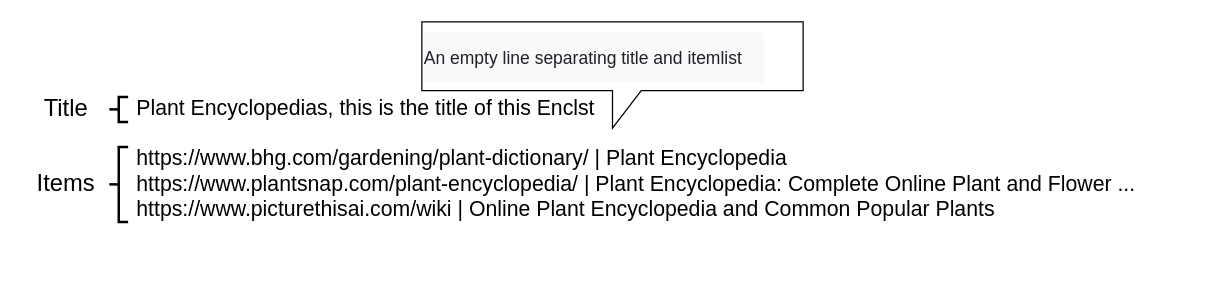
Before: draw.io/overallView/overallview.drawio in UedaTakeyuki/EncLst, a draw.io diagram. Source tidied: cells renumbered, new cells numbered last; positions are measured from the earlier drawing's top-left corner, leaving out a move shared by most shapes. Both pictures are drawn from the tidied source at 125%, with x=0, y=0 at pixel (21, 21).
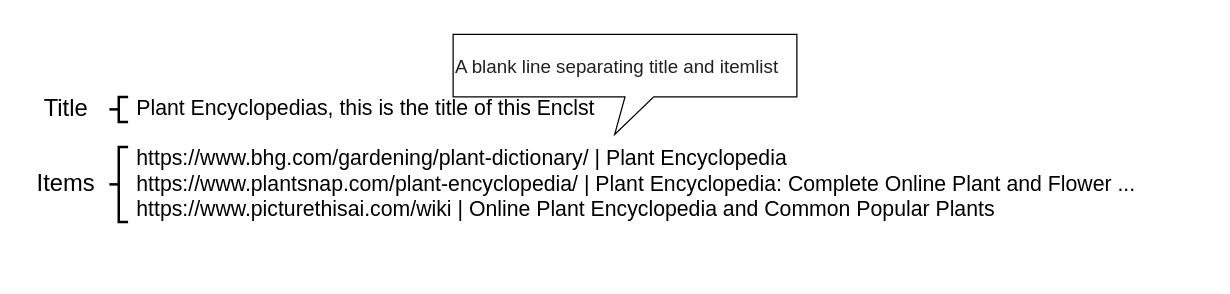
After the change.

The edit, as a diff of the source:
```diff
@@
 <mxGraphModel>
   <root>
     <mxCell id="0" />
     <mxCell id="1" parent="0" />
     <mxCell id="2" value="&lt;div style=&quot;font-size: 17px;&quot;&gt;Plant Encyclopedias, this is the title of this Enclst&lt;/div&gt;&lt;div style=&quot;font-size: 17px;&quot;&gt;&lt;br style=&quot;font-size: 17px;&quot;&gt;&lt;/div&gt;&lt;div style=&quot;font-size: 17px;&quot;&gt;https://www.bhg.com/gardening/plant-dictionary/ | Plant Encyclopedia&lt;/div&gt;&lt;div style=&quot;font-size: 17px;&quot;&gt;https://www.plantsnap.com/plant-encyclopedia/ | Plant Encyclopedia: Complete Online Plant and Flower ...&lt;/div&gt;&lt;div style=&quot;font-size: 17px;&quot;&gt;https://www.picturethisai.com/wiki | Online Plant Encyclopedia and Common Popular Plants&lt;/div&gt;" style="text;strokeColor=none;align=left;fillColor=none;html=1;verticalAlign=middle;whiteSpace=wrap;rounded=0;fontSize=17;" parent="1" vertex="1">
       <mxGeometry x="90" y="20" width="860" height="180" as="geometry" />
     </mxCell>
     <mxCell id="3" style="strokeWidth=2;html=1;shape=mxgraph.flowchart.annotation_2;align=left;labelPosition=right;" parent="1" vertex="1">
       <mxGeometry x="70" y="100" width="15" height="60" as="geometry" />
     </mxCell>
     <mxCell id="4" value="&lt;font style=&quot;font-size: 19px;&quot;&gt;Items&lt;/font&gt;" style="text;html=1;align=center;verticalAlign=middle;strokeColor=none;fillColor=none;" parent="1" vertex="1">
       <mxGeometry y="110" width="70" height="40" as="geometry" />
     </mxCell>
     <mxCell id="5" style="strokeWidth=2;html=1;shape=mxgraph.flowchart.annotation_2;align=left;labelPosition=right;" parent="1" vertex="1">
       <mxGeometry x="70" y="60" width="15" height="20" as="geometry" />
     </mxCell>
     <mxCell id="6" value="&lt;font style=&quot;font-size: 19px;&quot;&gt;Title&lt;/font&gt;" style="text;html=1;align=center;verticalAlign=middle;strokeColor=none;fillColor=none;" parent="1" vertex="1">
       <mxGeometry x="5" y="50" width="60" height="40" as="geometry" />
     </mxCell>
-    <mxCell id="7" value="&lt;pre style=&quot;unicode-bidi: isolate; line-height: 36px; background-color: rgb(248, 249, 250); border: none; padding: 2px 0.14em 2px 0px; position: relative; margin-top: -2px; margin-bottom: -2px; resize: none; font-family: inherit; overflow: hidden; width: 270px; text-wrap: wrap; overflow-wrap: break-word; color: rgb(32, 33, 36); font-size: 14px;&quot; dir=&quot;ltr&quot; id=&quot;tw-target-text&quot; class=&quot;tw-data-text tw-text-large tw-ta&quot;&gt;&lt;span style=&quot;font-size: 14px;&quot; lang=&quot;en&quot; class=&quot;Y2IQFc&quot;&gt;&lt;font style=&quot;font-size: 14px;&quot;&gt;An empty line separating title and itemlist&lt;/font&gt;&lt;/span&gt;&lt;/pre&gt;" style="shape=callout;whiteSpace=wrap;html=1;perimeter=calloutPerimeter;align=left;fontSize=14;base=23;" parent="1" vertex="1">
-      <mxGeometry x="320" width="305" height="85" as="geometry" />
+    <mxCell id="7" value="&lt;pre style=&quot;unicode-bidi: isolate; line-height: 36px; border: none; padding: 2px 0.14em 2px 0px; position: relative; margin-top: -2px; margin-bottom: -2px; resize: none; font-family: inherit; overflow: hidden; width: 270px; text-wrap: wrap; overflow-wrap: break-word; color: rgb(32, 33, 36); font-size: 15px;&quot; dir=&quot;ltr&quot; id=&quot;tw-target-text&quot; class=&quot;tw-data-text tw-text-large tw-ta&quot;&gt;&lt;span style=&quot;font-size: 15px;&quot; lang=&quot;en&quot; class=&quot;Y2IQFc&quot;&gt;&lt;font style=&quot;font-size: 15px;&quot;&gt;A blank line separating title and itemlist&lt;/font&gt;&lt;/span&gt;&lt;/pre&gt;" style="shape=callout;whiteSpace=wrap;html=1;perimeter=calloutPerimeter;align=left;fontSize=15;base=23;labelBackgroundColor=default;position2=0.47;" parent="1" vertex="1">
+      <mxGeometry x="345" y="10" width="275" height="80" as="geometry" />
     </mxCell>
   </root>
 </mxGraphModel>
```
